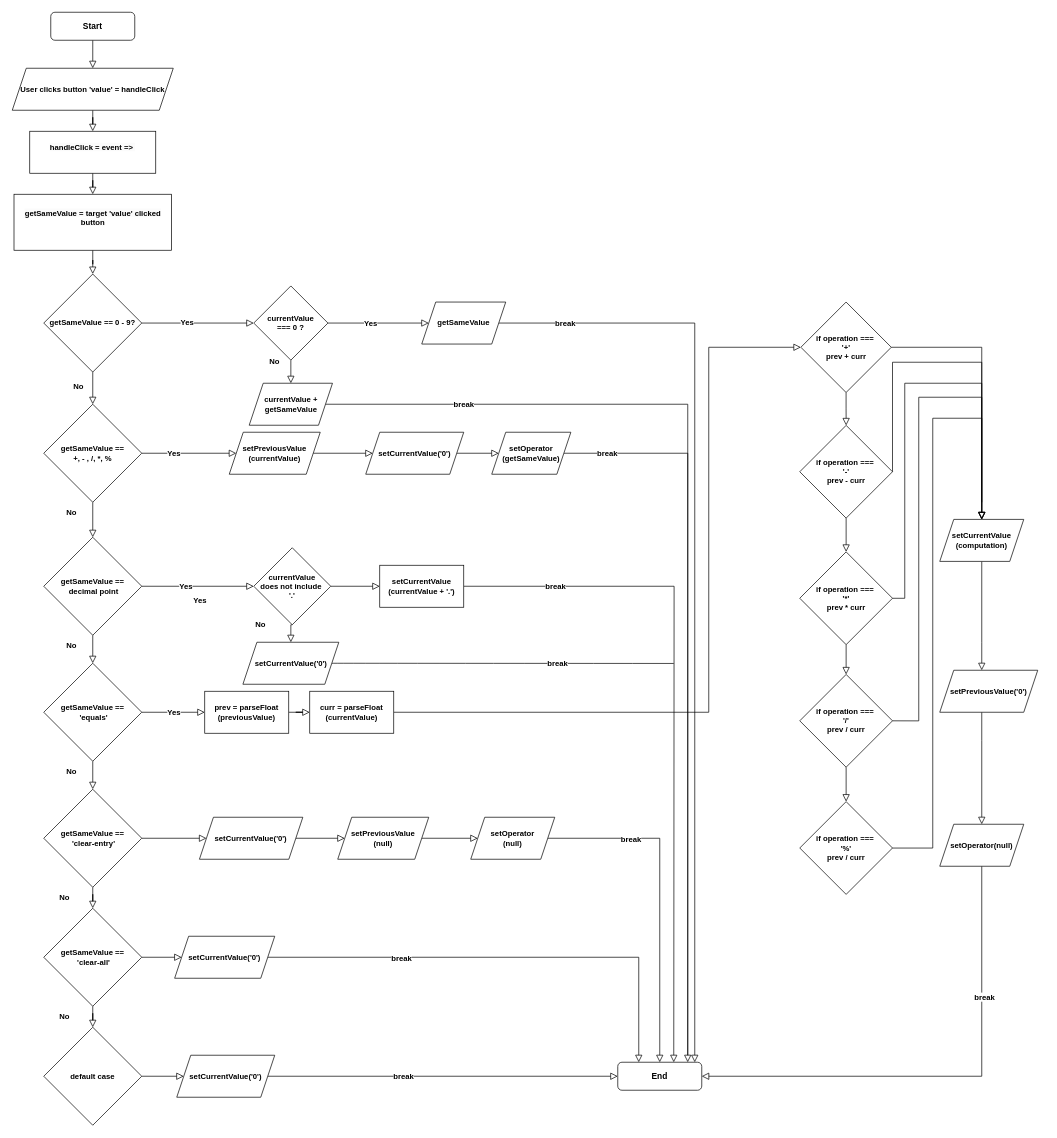
d31a/react-calculator keeps this draw.io diagram as react-calc-logic.drawio. Above is the earlier version. Source tidied: cells renumbered, new cells numbered last; positions are measured from the earlier drawing's top-left corner, leaving out a move shared by most shapes. Both pictures are drawn from the tidied source at 70%, with x=0, y=0 at pixel (12, 12).
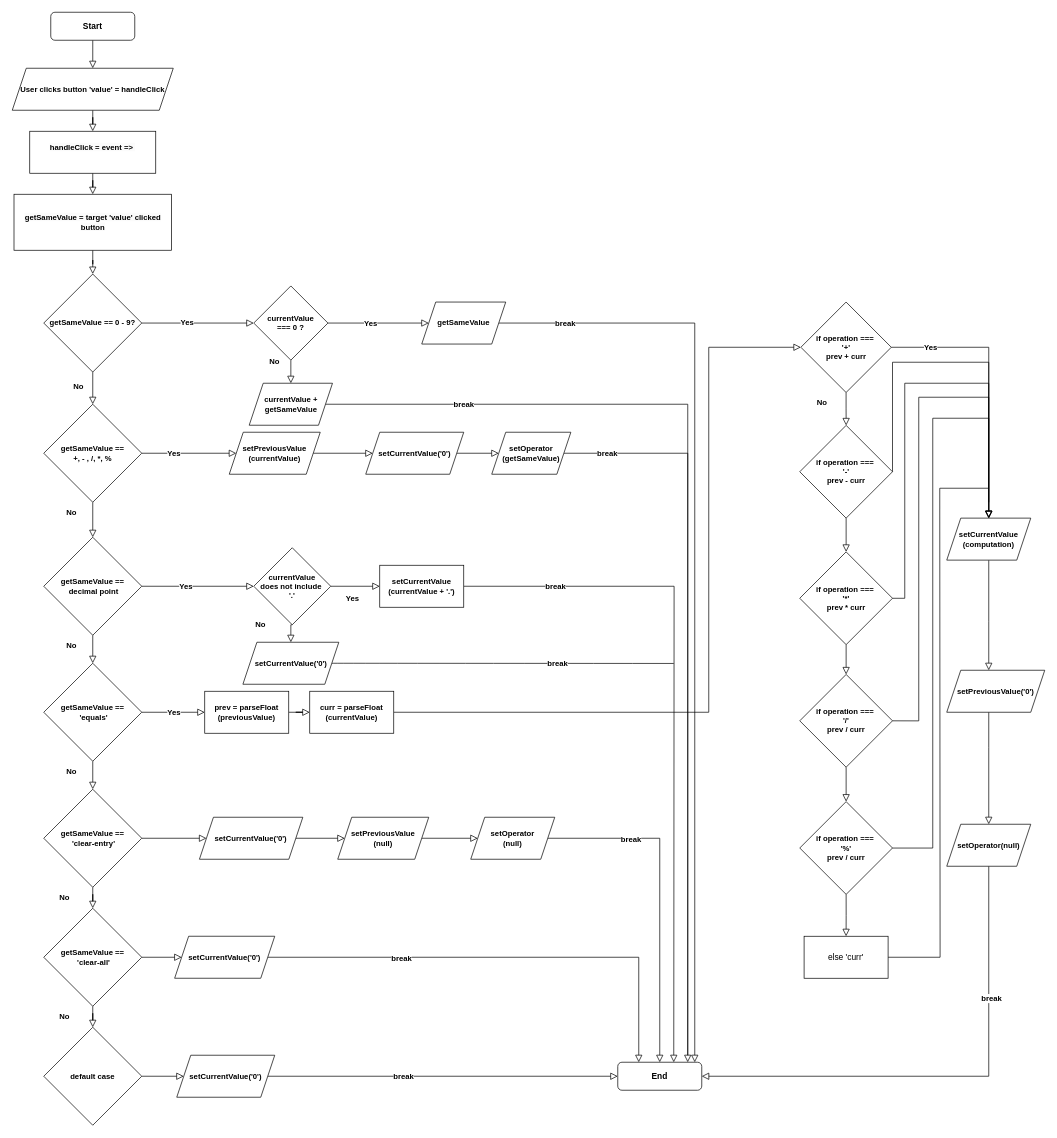
After the change.

The change refers to these unchanged cells:
```xml
<mxCell id="4" value="End" style="rounded=1;whiteSpace=wrap;html=1;fontSize=12;glass=0;strokeWidth=1;shadow=0;fontStyle=1;" parent="1" vertex="1">
  <mxGeometry x="865" y="1500" width="120" height="40" as="geometry" />
</mxCell>
<mxCell id="81" style="group;" parent="1" vertex="1">
  <mxGeometry x="1125" y="414" width="132.5" height="846.2" as="geometry" />
</mxCell>
<mxCell id="82" value="if operation ===&amp;nbsp;&lt;br&gt;'+'&lt;br&gt;prev +&amp;nbsp;curr" style="rhombus;whiteSpace=wrap;html=1;fontFamily=Helvetica;fontSize=11;fontColor=default;fontStyle=1;" parent="81" vertex="1">
  <mxGeometry x="1.6" width="129.2" height="129.2" as="geometry" />
</mxCell>
<mxCell id="83" value="if operation ===&amp;nbsp;&lt;br&gt;'-'&lt;br&gt;prev - curr" style="rhombus;whiteSpace=wrap;html=1;fontFamily=Helvetica;fontSize=11;fontColor=default;fontStyle=1;" parent="81" vertex="1">
  <mxGeometry y="176.2" width="132.5" height="132.5" as="geometry" />
</mxCell>
<mxCell id="85" value="if operation ===&amp;nbsp;&lt;br&gt;'*'&lt;br&gt;prev * curr" style="rhombus;whiteSpace=wrap;html=1;fontFamily=Helvetica;fontSize=11;fontColor=default;fontStyle=1;" parent="81" vertex="1">
  <mxGeometry y="356.9" width="132.5" height="132.5" as="geometry" />
</mxCell>
<mxCell id="87" value="if operation ===&amp;nbsp;&lt;br&gt;'/'&lt;br&gt;prev / curr" style="rhombus;whiteSpace=wrap;html=1;fontFamily=Helvetica;fontSize=11;fontColor=default;fontStyle=1;" parent="81" vertex="1">
  <mxGeometry y="532" width="132.5" height="132.5" as="geometry" />
</mxCell>
<mxCell id="89" value="if operation ===&amp;nbsp;&lt;br&gt;'%'&lt;br&gt;prev / curr" style="rhombus;whiteSpace=wrap;html=1;fontFamily=Helvetica;fontSize=11;fontColor=default;fontStyle=1;" parent="81" vertex="1">
  <mxGeometry y="713.7" width="132.5" height="132.5" as="geometry" />
</mxCell>
```

Change to the diagram source:
```diff
@@
-    <mxCell id="31" value="&#10;&lt;span style=&quot;border-color: var(--border-color); color: rgb(0, 0, 0); font-family: Helvetica; font-size: 11px; font-style: normal; font-variant-ligatures: normal; font-variant-caps: normal; letter-spacing: normal; orphans: 2; text-align: center; text-indent: 0px; text-transform: none; widows: 2; word-spacing: 0px; -webkit-text-stroke-width: 0px; text-decoration-thickness: initial; text-decoration-style: initial; text-decoration-color: initial; background-color: rgb(251, 251, 251); float: none; display: inline !important;&quot;&gt;getSameValue = target 'value' clicked button&lt;/span&gt;&lt;br style=&quot;border-color: var(--border-color); color: rgb(0, 0, 0); font-family: Helvetica; font-size: 11px; font-style: normal; font-variant-ligatures: normal; font-variant-caps: normal; letter-spacing: normal; orphans: 2; text-align: center; text-indent: 0px; text-transform: none; widows: 2; word-spacing: 0px; -webkit-text-stroke-width: 0px; background-color: rgb(251, 251, 251); text-decoration-thickness: initial; text-decoration-style: initial; text-decoration-color: initial;&quot;&gt;&#10;&#10;" style="rounded=0;whiteSpace=wrap;html=1;fontFamily=Helvetica;fontSize=11;fontColor=default;fontStyle=1;" parent="1" vertex="1">
+    <mxCell id="31" value="&lt;br&gt;&lt;p&gt;&lt;span style=&quot;border-color: var(--border-color); color: rgb(0, 0, 0); font-family: Helvetica; font-size: 11px; font-style: normal; font-variant-ligatures: normal; font-variant-caps: normal; letter-spacing: normal; orphans: 2; text-align: center; text-indent: 0px; text-transform: none; widows: 2; word-spacing: 0px; -webkit-text-stroke-width: 0px; text-decoration-thickness: initial; text-decoration-style: initial; text-decoration-color: initial; background-color: rgb(251, 251, 251); float: none; display: inline !important;&quot;&gt;getSameValue = target 'value' clicked button&lt;/span&gt;&lt;/p&gt;&lt;br&gt;" style="rounded=0;whiteSpace=wrap;html=1;fontFamily=Helvetica;fontSize=11;fontColor=default;fontStyle=1;" parent="1" vertex="1">
       <mxGeometry x="2.5" y="260" width="225" height="80" as="geometry" />
     </mxCell>
@@
     <mxCell id="71" value="Yes" style="edgeLabel;html=1;align=center;verticalAlign=middle;fontSize=11;fontFamily=Helvetica;fontColor=default;fontStyle=1;" parent="1" vertex="1">
-      <mxGeometry x="267.4" y="840" as="geometry" />
+      <mxGeometry x="485" y="837.1" as="geometry" />
     </mxCell>
@@
     <mxCell id="74" style="edgeStyle=orthogonalEdgeStyle;shape=connector;rounded=0;jettySize=auto;html=1;shadow=0;labelBackgroundColor=none;strokeColor=default;strokeWidth=1;fontFamily=Helvetica;fontSize=11;fontColor=default;endArrow=block;endFill=0;endSize=8;" parent="1" edge="1" source="75" target="77">
       <mxGeometry relative="1" as="geometry">
         <Array as="points">
-          <mxPoint x="1385" y="900" />
-          <mxPoint x="1385" y="900" />
+          <mxPoint x="1395" y="870" />
+          <mxPoint x="1395" y="870" />
         </Array>
       </mxGeometry>
     </mxCell>
     <mxCell id="75" value="setCurrentValue&lt;br&gt;(computation)" style="shape=parallelogram;perimeter=parallelogramPerimeter;whiteSpace=wrap;html=1;fixedSize=1;fontFamily=Helvetica;fontSize=11;fontColor=default;align=center;strokeColor=default;fillColor=default;fontStyle=1;" parent="1" vertex="1">
-      <mxGeometry x="1325" y="724.5" width="120" height="60" as="geometry" />
+      <mxGeometry x="1335" y="722.7" width="120" height="60" as="geometry" />
     </mxCell>
     <mxCell id="76" style="edgeStyle=orthogonalEdgeStyle;shape=connector;rounded=0;jettySize=auto;html=1;shadow=0;labelBackgroundColor=none;strokeColor=default;strokeWidth=1;fontFamily=Helvetica;fontSize=11;fontColor=default;endArrow=block;endFill=0;endSize=8;" parent="1" edge="1" source="77" target="80">
       <mxGeometry relative="1" as="geometry">
         <Array as="points">
-          <mxPoint x="1385" y="1040" />
-          <mxPoint x="1385" y="1040" />
+          <mxPoint x="1395" y="1050" />
+          <mxPoint x="1395" y="1050" />
         </Array>
       </mxGeometry>
     </mxCell>
     <mxCell id="77" value="setPreviousValue('0')" style="shape=parallelogram;perimeter=parallelogramPerimeter;whiteSpace=wrap;html=1;fixedSize=1;fontFamily=Helvetica;fontSize=11;fontColor=default;align=center;strokeColor=default;fillColor=default;fontStyle=1;" parent="1" vertex="1">
-      <mxGeometry x="1325" y="940" width="140" height="60" as="geometry" />
+      <mxGeometry x="1335" y="940" width="140" height="60" as="geometry" />
     </mxCell>
     <mxCell id="78" style="edgeStyle=orthogonalEdgeStyle;shape=connector;rounded=0;jettySize=auto;html=1;shadow=0;labelBackgroundColor=none;strokeColor=default;strokeWidth=1;fontFamily=Helvetica;fontSize=11;fontColor=default;endArrow=block;endFill=0;endSize=8;entryX=1;entryY=0.5;entryDx=0;entryDy=0;" parent="1" edge="1" source="80" target="4">
       <mxGeometry relative="1" as="geometry">
         <Array as="points">
-          <mxPoint x="1385" y="1520" />
+          <mxPoint x="1395" y="1520" />
         </Array>
       </mxGeometry>
     </mxCell>
@@
     <mxCell id="80" value="setOperator(null)" style="shape=parallelogram;perimeter=parallelogramPerimeter;whiteSpace=wrap;html=1;fixedSize=1;fontFamily=Helvetica;fontSize=11;fontColor=default;align=center;strokeColor=default;fillColor=default;fontStyle=1;" parent="1" vertex="1">
-      <mxGeometry x="1325" y="1160" width="120" height="60" as="geometry" />
+      <mxGeometry x="1335" y="1160" width="120" height="60" as="geometry" />
     </mxCell>
@@
+    <mxCell id="109" value="No" style="text;html=1;strokeColor=none;fillColor=none;align=center;verticalAlign=middle;whiteSpace=wrap;rounded=0;fontFamily=Helvetica;fontSize=11;fontColor=default;fontStyle=1;" parent="81" vertex="1">
+      <mxGeometry x="1.6" y="129.2" width="60" height="30" as="geometry" />
+    </mxCell>
     <mxCell id="91" style="edgeStyle=orthogonalEdgeStyle;shape=connector;rounded=0;jettySize=auto;html=1;exitX=1;exitY=0.5;exitDx=0;exitDy=0;entryX=0.5;entryY=0;entryDx=0;entryDy=0;shadow=0;labelBackgroundColor=none;strokeColor=default;strokeWidth=1;fontFamily=Helvetica;fontSize=11;fontColor=default;endArrow=block;endFill=0;endSize=8;" parent="1" edge="1" source="82" target="75">
-      <mxGeometry relative="1" as="geometry" />
+      <mxGeometry relative="1" as="geometry">
+        <Array as="points">
+          <mxPoint x="1395" y="479" />
+        </Array>
+      </mxGeometry>
     </mxCell>
+    <mxCell id="110" value="Yes" style="edgeLabel;html=1;align=center;verticalAlign=middle;fontStyle=1;" parent="91" vertex="1">
+      <mxGeometry x="-0.71" relative="1" as="geometry" />
+    </mxCell>
     <mxCell id="92" style="edgeStyle=orthogonalEdgeStyle;shape=connector;rounded=0;jettySize=auto;html=1;exitX=1;exitY=0.5;exitDx=0;exitDy=0;shadow=0;labelBackgroundColor=none;strokeColor=default;strokeWidth=1;fontFamily=Helvetica;fontSize=11;fontColor=default;endArrow=block;endFill=0;endSize=8;" parent="1" edge="1" source="83" target="75">
       <mxGeometry x="-0.05" y="70" relative="1" as="geometry">
         <Array as="points">
-          <mxPoint x="1257" y="500" />
-          <mxPoint x="1385" y="500" />
+          <mxPoint x="1258" y="500" />
+          <mxPoint x="1395" y="500" />
         </Array>
       </mxGeometry>
     </mxCell>
     <mxCell id="93" style="edgeStyle=orthogonalEdgeStyle;shape=connector;rounded=0;jettySize=auto;html=1;entryX=0.5;entryY=0;entryDx=0;entryDy=0;shadow=0;labelBackgroundColor=none;strokeColor=default;strokeWidth=1;fontFamily=Helvetica;fontSize=11;fontColor=default;endArrow=block;endFill=0;endSize=8;" parent="1" edge="1" source="85" target="75">
       <mxGeometry relative="1" as="geometry">
         <Array as="points">
           <mxPoint x="1275" y="837" />
           <mxPoint x="1275" y="530" />
-          <mxPoint x="1385" y="530" />
+          <mxPoint x="1395" y="530" />
         </Array>
       </mxGeometry>
     </mxCell>
     <mxCell id="94" style="edgeStyle=orthogonalEdgeStyle;shape=connector;rounded=0;jettySize=auto;html=1;exitX=1;exitY=0.5;exitDx=0;exitDy=0;entryX=0.5;entryY=0;entryDx=0;entryDy=0;shadow=0;labelBackgroundColor=none;strokeColor=default;strokeWidth=1;fontFamily=Helvetica;fontSize=11;fontColor=default;endArrow=block;endFill=0;endSize=8;" parent="1" edge="1" source="87" target="75">
       <mxGeometry x="0.02" y="10" relative="1" as="geometry">
         <Array as="points">
           <mxPoint x="1295" y="1012" />
           <mxPoint x="1295" y="550" />
-          <mxPoint x="1385" y="550" />
+          <mxPoint x="1395" y="550" />
         </Array>
         <mxPoint y="-1" as="offset" />
       </mxGeometry>
     </mxCell>
     <mxCell id="95" style="edgeStyle=orthogonalEdgeStyle;shape=connector;rounded=0;jettySize=auto;html=1;shadow=0;labelBackgroundColor=none;strokeColor=default;strokeWidth=1;fontFamily=Helvetica;fontSize=11;fontColor=default;endArrow=none;endFill=0;endSize=8;" parent="1" edge="1" source="89">
       <mxGeometry x="-0.02" y="10" relative="1" as="geometry">
-        <mxPoint x="1385" y="700" as="targetPoint" />
+        <mxPoint x="1395" y="700" as="targetPoint" />
         <Array as="points">
           <mxPoint x="1315" y="1194" />
           <mxPoint x="1315" y="580" />
-          <mxPoint x="1385" y="580" />
+          <mxPoint x="1395" y="580" />
+          <mxPoint x="1395" y="700" />
         </Array>
         <mxPoint y="1" as="offset" />
       </mxGeometry>
     </mxCell>
@@
+    <mxCell id="111" style="edgeStyle=orthogonalEdgeStyle;shape=connector;rounded=0;jettySize=auto;html=1;exitX=1;exitY=0.5;exitDx=0;exitDy=0;shadow=0;labelBackgroundColor=none;strokeColor=default;strokeWidth=1;fontFamily=Helvetica;fontSize=11;fontColor=default;endArrow=none;endFill=0;endSize=8;" parent="1" edge="1" source="112">
+      <mxGeometry relative="1" as="geometry">
+        <mxPoint x="1325" y="680" as="targetPoint" />
+      </mxGeometry>
+    </mxCell>
+    <mxCell id="112" value="else 'curr'" style="rounded=0;whiteSpace=wrap;html=1;" parent="1" vertex="1">
+      <mxGeometry x="1131.2" y="1320" width="120" height="60" as="geometry" />
+    </mxCell>
+    <mxCell id="113" style="edgeStyle=orthogonalEdgeStyle;shape=connector;rounded=0;jettySize=auto;html=1;exitX=0.5;exitY=1;exitDx=0;exitDy=0;entryX=0.5;entryY=0;entryDx=0;entryDy=0;shadow=0;labelBackgroundColor=none;strokeColor=default;strokeWidth=1;fontFamily=Helvetica;fontSize=11;fontColor=default;endArrow=block;endFill=0;endSize=8;" parent="1" edge="1" source="89" target="112">
+      <mxGeometry relative="1" as="geometry" />
+    </mxCell>
+    <mxCell id="114" style="endArrow=none;html=1;rounded=0;shadow=0;labelBackgroundColor=none;strokeColor=default;strokeWidth=1;fontFamily=Helvetica;fontSize=11;fontColor=default;endSize=8;shape=connector;" parent="1" edge="1">
+      <mxGeometry relative="1" as="geometry">
+        <mxPoint x="1325" y="680" as="sourcePoint" />
+        <mxPoint x="1395" y="680" as="targetPoint" />
+      </mxGeometry>
+    </mxCell>
```
